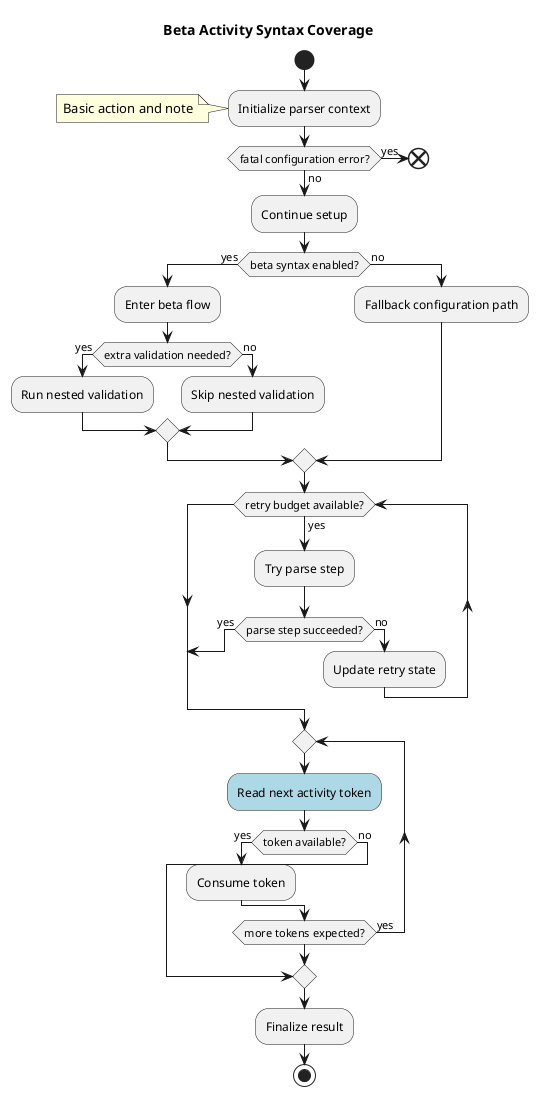
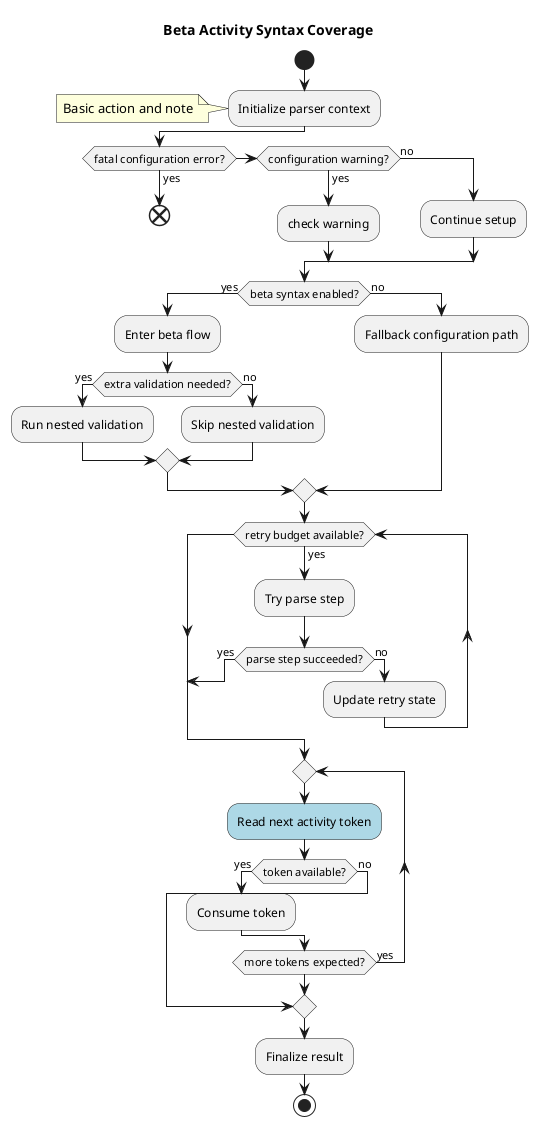
' *******************************************************************************
' Copyright (c) 2026 Contributors to the Eclipse Foundation
'
' See the NOTICE file(s) distributed with this work for additional
' information regarding copyright ownership.
'
' This program and the accompanying materials are made available under the
' terms of the Apache License Version 2.0 which is available at
' https://www.apache.org/licenses/LICENSE-2.0
'
' SPDX-License-Identifier: Apache-2.0
' *******************************************************************************
@startuml test_activity_beta_syntax
title "Beta Activity Syntax Coverage"

start

:Initialize parser context;
note left: Basic action and note

if (fatal configuration error?) then (yes)
  end
+ elseif (configuration warning?) then (yes)
+   :check warning;
else (no)
  :Continue setup;
endif

if (beta syntax enabled?) then (yes)
  :Enter beta flow;
  if (extra validation needed?) then (yes)
    :Run nested validation;
  else (no)
    :Skip nested validation;
  endif
else (no)
  :Fallback configuration path;
endif

while (retry budget available?) is (yes)
  :Try parse step;
  if (parse step succeeded?) then (yes)
    break
  else (no)
    :Update retry state;
  endif
endwhile

repeat
  #LightBlue:Read next activity token;
  if (token available?) then (yes)
    :Consume token;
  else (no)
    break
  endif
repeat while (more tokens expected?) is (yes)

:Finalize result;
stop

@enduml
